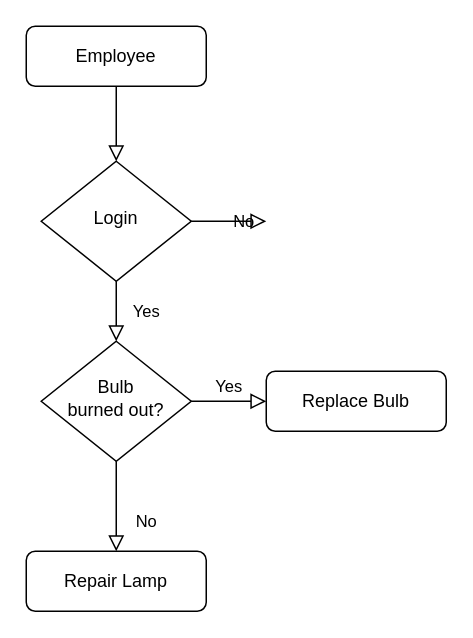
Earlier version of the draw.io diagram FlowchartDay4.drawio (AmirAini/BackEndDay1). Source tidied: cells renumbered, new cells numbered last; positions are measured from the earlier drawing's top-left corner, leaving out a move shared by most shapes. Both pictures are drawn from the tidied source at 150%, with x=0, y=0 at pixel (26, 26).
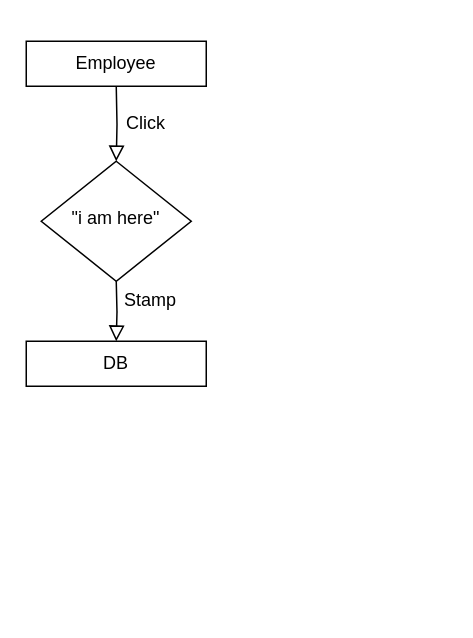
After the change.

Change to the diagram source:
```diff
@@
 <mxGraphModel>
   <root>
     <mxCell id="0" />
     <mxCell id="1" parent="0" />
-    <mxCell id="2" style="rounded=0;html=1;jettySize=auto;fontSize=11;endArrow=block;endFill=0;endSize=8;strokeWidth=1;shadow=0;labelBackgroundColor=none;edgeStyle=orthogonalEdgeStyle;" parent="1" edge="1" source="3" target="6">
-      <mxGeometry relative="1" as="geometry" />
+    <mxCell id="2" style="rounded=0;html=1;jettySize=auto;fontSize=11;endArrow=block;endFill=0;endSize=8;strokeWidth=1;shadow=0;labelBackgroundColor=none;edgeStyle=orthogonalEdgeStyle;" parent="1" edge="1" target="6">
+      <mxGeometry relative="1" as="geometry">
+        <mxPoint x="60" y="40" as="sourcePoint" />
+      </mxGeometry>
     </mxCell>
+    <mxCell id="6" value="&quot;i am here&quot;" style="rhombus;whiteSpace=wrap;html=1;shadow=0;fontFamily=Helvetica;fontSize=12;align=center;strokeWidth=1;spacing=6;spacingTop=-4;" parent="1" vertex="1">
+      <mxGeometry x="10" y="90" width="100" height="80" as="geometry" />
+    </mxCell>
+    <mxCell id="12" style="rounded=0;html=1;jettySize=auto;orthogonalLoop=1;fontSize=11;endArrow=block;endFill=0;endSize=8;strokeWidth=1;shadow=0;labelBackgroundColor=none;edgeStyle=orthogonalEdgeStyle;entryX=0.5;entryY=0;entryDx=0;entryDy=0;" parent="1" edge="1">
+      <mxGeometry relative="1" as="geometry">
+        <mxPoint x="60" y="170" as="sourcePoint" />
+        <mxPoint x="60" y="210" as="targetPoint" />
+      </mxGeometry>
+    </mxCell>
+    <mxCell id="13" value="Click" style="text;html=1;strokeColor=none;fillColor=none;align=center;verticalAlign=middle;whiteSpace=wrap;rounded=0;" parent="1" vertex="1">
+      <mxGeometry x="50" y="50" width="60" height="30" as="geometry" />
+    </mxCell>
+    <mxCell id="14" value="Stamp" style="text;html=1;strokeColor=none;fillColor=none;align=center;verticalAlign=middle;whiteSpace=wrap;rounded=0;" parent="1" vertex="1">
+      <mxGeometry x="53" y="168" width="60" height="30" as="geometry" />
+    </mxCell>
-    <mxCell id="3" value="Employee" style="rounded=1;whiteSpace=wrap;html=1;fontSize=12;glass=0;strokeWidth=1;shadow=0;" parent="1" vertex="1">
-      <mxGeometry width="120" height="40" as="geometry" />
+    <mxCell id="3" value="Employee" style="rounded=0;whiteSpace=wrap;html=1;" parent="1" vertex="1">
+      <mxGeometry y="10" width="120" height="30" as="geometry" />
     </mxCell>
-    <mxCell id="4" value="Yes" style="rounded=0;html=1;jettySize=auto;fontSize=11;endArrow=block;endFill=0;endSize=8;strokeWidth=1;shadow=0;labelBackgroundColor=none;edgeStyle=orthogonalEdgeStyle;" parent="1" edge="1" source="6" target="9">
-      <mxGeometry y="20" relative="1" as="geometry" />
-    </mxCell>
-    <mxCell id="5" value="No" style="edgeStyle=orthogonalEdgeStyle;rounded=0;html=1;jettySize=auto;fontSize=11;endArrow=block;endFill=0;endSize=8;strokeWidth=1;shadow=0;labelBackgroundColor=none;" parent="1" edge="1" source="6">
-      <mxGeometry y="10" relative="1" as="geometry">
-        <mxPoint x="160" y="130" as="targetPoint" />
-      </mxGeometry>
-    </mxCell>
-    <mxCell id="6" value="Login" style="rhombus;whiteSpace=wrap;html=1;shadow=0;fontFamily=Helvetica;fontSize=12;align=center;strokeWidth=1;spacing=6;spacingTop=-4;" parent="1" vertex="1">
-      <mxGeometry x="10" y="90" width="100" height="80" as="geometry" />
-    </mxCell>
-    <mxCell id="7" value="No" style="rounded=0;html=1;jettySize=auto;fontSize=11;endArrow=block;endFill=0;endSize=8;strokeWidth=1;shadow=0;labelBackgroundColor=none;edgeStyle=orthogonalEdgeStyle;" parent="1" edge="1" source="9" target="10">
-      <mxGeometry x="0.33" y="20" relative="1" as="geometry" />
-    </mxCell>
-    <mxCell id="8" value="Yes" style="edgeStyle=orthogonalEdgeStyle;rounded=0;html=1;jettySize=auto;fontSize=11;endArrow=block;endFill=0;endSize=8;strokeWidth=1;shadow=0;labelBackgroundColor=none;" parent="1" edge="1" source="9" target="11">
-      <mxGeometry y="10" relative="1" as="geometry" />
-    </mxCell>
-    <mxCell id="9" value="Bulb&lt;br&gt;burned out?" style="rhombus;whiteSpace=wrap;html=1;shadow=0;fontFamily=Helvetica;fontSize=12;align=center;strokeWidth=1;spacing=6;spacingTop=-4;" parent="1" vertex="1">
-      <mxGeometry x="10" y="210" width="100" height="80" as="geometry" />
-    </mxCell>
-    <mxCell id="10" value="Repair Lamp" style="rounded=1;whiteSpace=wrap;html=1;fontSize=12;glass=0;strokeWidth=1;shadow=0;" parent="1" vertex="1">
-      <mxGeometry y="350" width="120" height="40" as="geometry" />
-    </mxCell>
-    <mxCell id="11" value="Replace Bulb" style="rounded=1;whiteSpace=wrap;html=1;fontSize=12;glass=0;strokeWidth=1;shadow=0;" parent="1" vertex="1">
-      <mxGeometry x="160" y="230" width="120" height="40" as="geometry" />
-    </mxCell>
+    <mxCell id="15" value="DB" style="rounded=0;whiteSpace=wrap;html=1;" parent="1" vertex="1">
+      <mxGeometry y="210" width="120" height="30" as="geometry" />
+    </mxCell>
   </root>
 </mxGraphModel>
```
